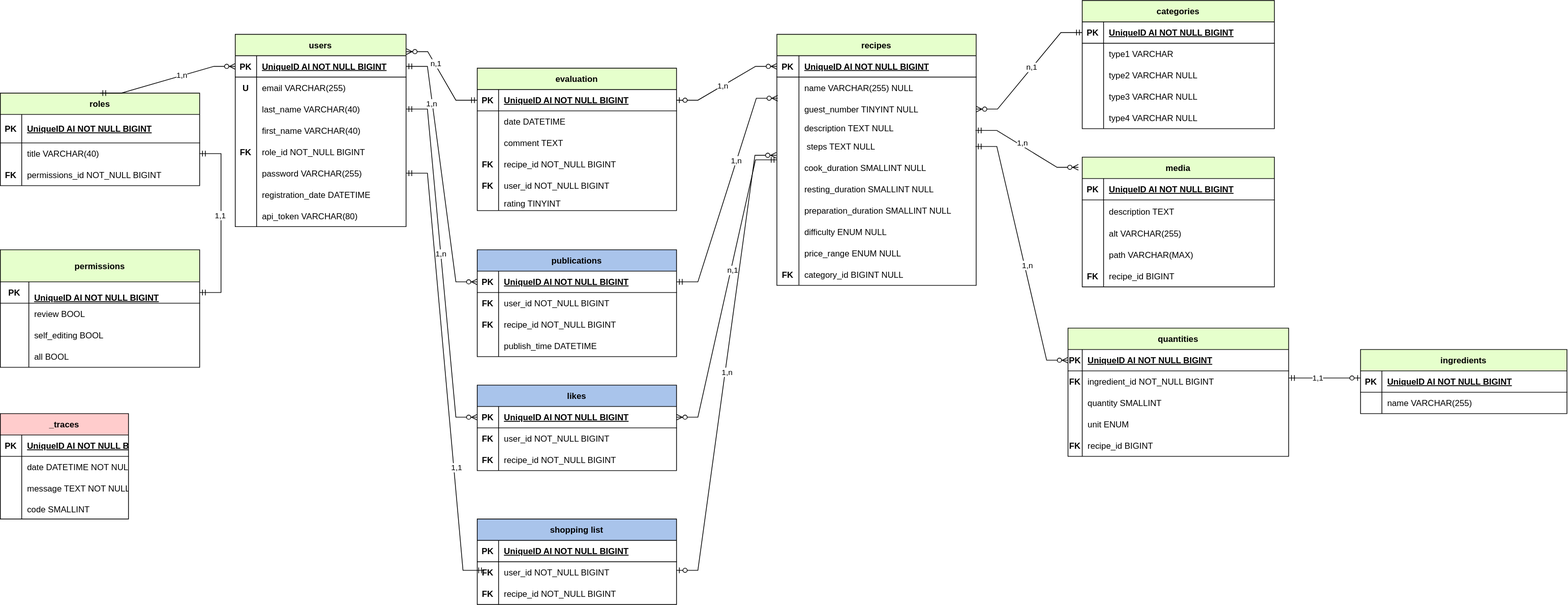
ClrGe/recesipes keeps this draw.io diagram as documentation/updatedèrelations_bdd.svg. Above is the earlier version. Source tidied: cells renumbered, new cells last; positions are measured from the earlier drawing's top-left corner, leaving out a move shared by most shapes.
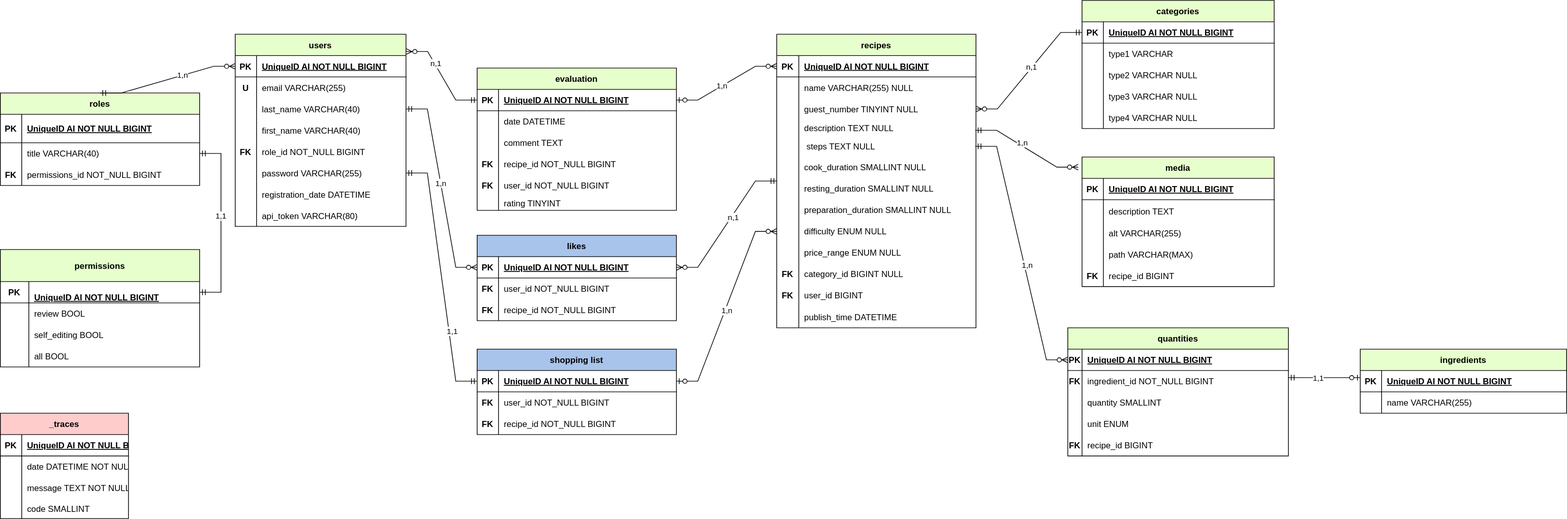
Above is the later version.

What changed in the source:
```diff
@@ -78,7 +78,7 @@
       <mxGeometry x="30" width="210" height="30" as="geometry" />
     </mxCell>
     <mxCell id="27" value="recipes" style="shape=table;startSize=30;rowLines=0;fontStyle=1;align=center;fillColor=#E6FFCC;" parent="1" vertex="1">
-      <mxGeometry x="1091" y="47.5" width="280" height="352.5" as="geometry" />
+      <mxGeometry x="1091" y="47.5" width="280" height="412.5" as="geometry" />
     </mxCell>
     <mxCell id="28" style="shape=tableRow;horizontal=0;startSize=0;swimlaneHead=0;swimlaneBody=0;fillColor=none;points=[[0,0.5],[1,0.5]];portConstraint=eastwest;top=0;left=0;right=0;bottom=1;" parent="27" vertex="1">
       <mxGeometry y="30" width="280" height="30" as="geometry" />
@@ -179,6 +179,24 @@
     <mxCell id="60" value="category_id BIGINT NULL" style="shape=partialRectangle;fillColor=none;top=0;left=0;bottom=0;right=0;align=left;spacingLeft=6;overflow=hidden;" parent="58" vertex="1">
       <mxGeometry x="31" width="249" height="30" as="geometry" />
     </mxCell>
+    <mxCell id="232" style="shape=tableRow;horizontal=0;startSize=0;swimlaneHead=0;swimlaneBody=0;fillColor=none;top=0;left=0;right=0;bottom=0;" parent="27" vertex="1">
+      <mxGeometry y="352" width="280" height="30" as="geometry" />
+    </mxCell>
+    <mxCell id="233" value="FK" style="shape=partialRectangle;fillColor=none;top=0;left=0;bottom=0;right=0;overflow=hidden;fontStyle=1;" parent="232" vertex="1">
+      <mxGeometry width="31" height="30" as="geometry" />
+    </mxCell>
+    <mxCell id="234" value="user_id BIGINT" style="shape=partialRectangle;fillColor=none;top=0;left=0;bottom=0;right=0;align=left;spacingLeft=6;overflow=hidden;" parent="232" vertex="1">
+      <mxGeometry x="31" width="249" height="30" as="geometry" />
+    </mxCell>
+    <mxCell id="235" style="shape=tableRow;horizontal=0;startSize=0;swimlaneHead=0;swimlaneBody=0;fillColor=none;top=0;left=0;right=0;bottom=0;" parent="27" vertex="1">
+      <mxGeometry y="382" width="280" height="30" as="geometry" />
+    </mxCell>
+    <mxCell id="236" style="shape=partialRectangle;fillColor=none;top=0;left=0;bottom=0;right=0;overflow=hidden;fontStyle=1;" parent="235" vertex="1">
+      <mxGeometry width="31" height="30" as="geometry" />
+    </mxCell>
+    <mxCell id="164" value="publish_time DATETIME" style="shape=partialRectangle;fillColor=none;top=0;left=0;bottom=0;right=0;align=left;spacingLeft=6;overflow=hidden;" parent="235" vertex="1">
+      <mxGeometry x="31" width="249" height="30" as="geometry" />
+    </mxCell>
     <mxCell id="61" value="categories" style="shape=table;startSize=30;rowLines=0;fontStyle=1;align=center;fillColor=#E6FFCC;" parent="1" vertex="1">
       <mxGeometry x="1520" width="270" height="180" as="geometry" />
     </mxCell>
@@ -354,7 +372,7 @@
       <mxGeometry x="30" width="250" height="20" as="geometry" />
     </mxCell>
     <mxCell id="119" value="likes" style="shape=table;startSize=30;rowLines=0;fontStyle=1;align=center;fillColor=#A9C4EB;" parent="1" vertex="1">
-      <mxGeometry x="670" y="540" width="280" height="120" as="geometry" />
+      <mxGeometry x="670" y="330" width="280" height="120" as="geometry" />
     </mxCell>
     <mxCell id="120" style="shape=tableRow;horizontal=0;startSize=0;swimlaneHead=0;swimlaneBody=0;fillColor=none;points=[[0,0.5],[1,0.5]];portConstraint=eastwest;top=0;left=0;right=0;bottom=1;" parent="119" vertex="1">
       <mxGeometry y="30" width="280" height="30" as="geometry" />
@@ -452,45 +470,6 @@
     <mxCell id="151" value="recipe_id BIGINT" style="shape=partialRectangle;fillColor=none;top=0;left=0;bottom=0;right=0;align=left;spacingLeft=6;overflow=hidden;" parent="149" vertex="1">
       <mxGeometry x="30" width="240" height="30" as="geometry" />
     </mxCell>
-    <mxCell id="152" value="publications" style="shape=table;startSize=30;rowLines=0;fontStyle=1;align=center;labelBackgroundColor=none;fillColor=#A9C4EB;" parent="1" vertex="1">
-      <mxGeometry x="670" y="350" width="280" height="150" as="geometry" />
-    </mxCell>
-    <mxCell id="153" style="shape=tableRow;horizontal=0;startSize=0;swimlaneHead=0;swimlaneBody=0;fillColor=none;points=[[0,0.5],[1,0.5]];portConstraint=eastwest;top=0;left=0;right=0;bottom=1;" parent="152" vertex="1">
-      <mxGeometry y="30" width="280" height="30" as="geometry" />
-    </mxCell>
-    <mxCell id="154" value="PK" style="shape=partialRectangle;fillColor=none;top=0;left=0;bottom=0;right=0;fontStyle=1;overflow=hidden;" parent="153" vertex="1">
-      <mxGeometry width="30" height="30" as="geometry" />
-    </mxCell>
-    <mxCell id="155" value="UniqueID AI NOT NULL BIGINT" style="shape=partialRectangle;fillColor=none;top=0;left=0;bottom=0;right=0;align=left;spacingLeft=6;fontStyle=5;overflow=hidden;" parent="153" vertex="1">
-      <mxGeometry x="30" width="250" height="30" as="geometry" />
-    </mxCell>
-    <mxCell id="156" style="shape=tableRow;horizontal=0;startSize=0;swimlaneHead=0;swimlaneBody=0;fillColor=none;top=0;left=0;right=0;bottom=0;" parent="152" vertex="1">
-      <mxGeometry y="60" width="280" height="30" as="geometry" />
-    </mxCell>
-    <mxCell id="157" value="FK" style="shape=partialRectangle;fillColor=none;top=0;left=0;bottom=0;right=0;overflow=hidden;fontStyle=1;" parent="156" vertex="1">
-      <mxGeometry width="30" height="30" as="geometry" />
-    </mxCell>
-    <mxCell id="158" value="user_id NOT_NULL BIGINT" style="shape=partialRectangle;fillColor=none;top=0;left=0;bottom=0;right=0;align=left;spacingLeft=6;overflow=hidden;" parent="156" vertex="1">
-      <mxGeometry x="30" width="250" height="30" as="geometry" />
-    </mxCell>
-    <mxCell id="159" style="shape=tableRow;horizontal=0;startSize=0;swimlaneHead=0;swimlaneBody=0;fillColor=none;top=0;left=0;right=0;bottom=0;" parent="152" vertex="1">
-      <mxGeometry y="90" width="280" height="30" as="geometry" />
-    </mxCell>
-    <mxCell id="160" value="FK" style="shape=partialRectangle;fillColor=none;top=0;left=0;bottom=0;right=0;overflow=hidden;fontStyle=1;" parent="159" vertex="1">
-      <mxGeometry width="30" height="30" as="geometry" />
-    </mxCell>
-    <mxCell id="161" value="recipe_id NOT_NULL BIGINT" style="shape=partialRectangle;fillColor=none;top=0;left=0;bottom=0;right=0;align=left;spacingLeft=6;overflow=hidden;" parent="159" vertex="1">
-      <mxGeometry x="30" width="250" height="30" as="geometry" />
-    </mxCell>
-    <mxCell id="162" style="shape=tableRow;horizontal=0;startSize=0;swimlaneHead=0;swimlaneBody=0;fillColor=none;top=0;left=0;right=0;bottom=0;" parent="152" vertex="1">
-      <mxGeometry y="120" width="280" height="30" as="geometry" />
-    </mxCell>
-    <mxCell id="163" style="shape=partialRectangle;fillColor=none;top=0;left=0;bottom=0;right=0;overflow=hidden;fontStyle=1;" parent="162" vertex="1">
-      <mxGeometry width="30" height="30" as="geometry" />
-    </mxCell>
-    <mxCell id="164" value="publish_time DATETIME" style="shape=partialRectangle;fillColor=none;top=0;left=0;bottom=0;right=0;align=left;spacingLeft=6;overflow=hidden;" parent="162" vertex="1">
-      <mxGeometry x="30" width="250" height="30" as="geometry" />
-    </mxCell>
     <mxCell id="165" value="_traces" style="shape=table;startSize=30;rowLines=0;fontStyle=1;align=center;fillColor=#FFCCCC;" parent="1" vertex="1">
       <mxGeometry y="580" width="180" height="148" as="geometry" />
     </mxCell>
@@ -604,18 +583,6 @@
     <mxCell id="201" value="n,1" style="edgeLabel;html=1;align=center;verticalAlign=middle;" parent="200" vertex="1">
       <mxGeometry x="-0.12" y="2" relative="1" as="geometry" />
     </mxCell>
-    <mxCell id="202" style="edgeStyle=entityRelationEdgeStyle;fontSize=12;html=1;endArrow=ERzeroToMany;startArrow=ERmandOne;rounded=0;exitX=1;exitY=0.5;exitDx=0;exitDy=0;entryX=0.004;entryY=-0.008;entryDx=0;entryDy=0;entryPerimeter=0;" parent="1" edge="1" source="153" target="34">
-      <mxGeometry relative="1" as="geometry" />
-    </mxCell>
-    <mxCell id="203" value="1,n" style="edgeLabel;html=1;align=center;verticalAlign=middle;" parent="202" vertex="1">
-      <mxGeometry x="0.26" y="1" relative="1" as="geometry" />
-    </mxCell>
-    <mxCell id="204" style="edgeStyle=entityRelationEdgeStyle;fontSize=12;html=1;endArrow=ERzeroToMany;startArrow=ERmandOne;rounded=0;exitX=1;exitY=0.5;exitDx=0;exitDy=0;entryX=0;entryY=0.5;entryDx=0;entryDy=0;" parent="1" edge="1" source="3" target="153">
-      <mxGeometry relative="1" as="geometry" />
-    </mxCell>
-    <mxCell id="205" value="1,n" style="edgeLabel;html=1;align=center;verticalAlign=middle;" parent="204" vertex="1">
-      <mxGeometry x="-0.55" y="-1" relative="1" as="geometry" />
-    </mxCell>
     <mxCell id="206" style="edgeStyle=entityRelationEdgeStyle;fontSize=12;html=1;endArrow=ERzeroToMany;startArrow=ERmandOne;rounded=0;exitX=0;exitY=0.5;exitDx=0;exitDy=0;entryX=1;entryY=0.5;entryDx=0;entryDy=0;" parent="1" edge="1" source="62" target="34">
       <mxGeometry relative="1" as="geometry" />
     </mxCell>
@@ -645,7 +612,7 @@
       </mxGeometry>
     </mxCell>
     <mxCell id="214" value="shopping list" style="shape=table;startSize=30;rowLines=0;fontStyle=1;align=center;fillColor=#A9C4EB;" parent="1" vertex="1">
-      <mxGeometry x="670" y="728" width="280" height="120" as="geometry" />
+      <mxGeometry x="670" y="490" width="280" height="120" as="geometry" />
     </mxCell>
     <mxCell id="215" style="shape=tableRow;horizontal=0;startSize=0;swimlaneHead=0;swimlaneBody=0;fillColor=none;points=[[0,0.5],[1,0.5]];portConstraint=eastwest;top=0;left=0;right=0;bottom=1;" parent="214" vertex="1">
       <mxGeometry y="30" width="280" height="30" as="geometry" />
@@ -674,18 +641,14 @@
     <mxCell id="223" value="recipe_id NOT_NULL BIGINT" style="shape=partialRectangle;fillColor=none;top=0;left=0;bottom=0;right=0;align=left;spacingLeft=6;overflow=hidden;" parent="221" vertex="1">
       <mxGeometry x="30" width="250" height="30" as="geometry" />
     </mxCell>
-    <mxCell id="224" style="edgeStyle=entityRelationEdgeStyle;fontSize=12;html=1;endArrow=ERzeroToMany;startArrow=ERzeroToOne;rounded=0;entryX=-0.003;entryY=-0.071;entryDx=0;entryDy=0;entryPerimeter=0;" parent="1" edge="1" target="43">
-      <mxGeometry relative="1" as="geometry">
-        <mxPoint x="950" y="800" as="sourcePoint" />
-      </mxGeometry>
+    <mxCell id="224" style="edgeStyle=entityRelationEdgeStyle;fontSize=12;html=1;endArrow=ERzeroToMany;startArrow=ERzeroToOne;rounded=0;entryX=0;entryY=0.5;entryDx=0;entryDy=0;exitX=1;exitY=0.5;exitDx=0;exitDy=0;" parent="1" edge="1" source="215" target="52">
+      <mxGeometry relative="1" as="geometry" />
     </mxCell>
     <mxCell id="225" value="&lt;div&gt;1,n&lt;/div&gt;" style="edgeLabel;html=1;align=center;verticalAlign=middle;" parent="224" vertex="1">
       <mxGeometry x="-0.04" y="-2" relative="1" as="geometry" />
     </mxCell>
-    <mxCell id="226" style="edgeStyle=entityRelationEdgeStyle;fontSize=12;html=1;endArrow=ERmandOne;startArrow=ERmandOne;rounded=0;exitX=1;exitY=0.5;exitDx=0;exitDy=0;" parent="1" edge="1" source="18">
-      <mxGeometry relative="1" as="geometry">
-        <mxPoint x="680" y="800" as="targetPoint" />
-      </mxGeometry>
+    <mxCell id="226" style="edgeStyle=entityRelationEdgeStyle;fontSize=12;html=1;endArrow=ERmandOne;startArrow=ERmandOne;rounded=0;exitX=1;exitY=0.5;exitDx=0;exitDy=0;entryX=0;entryY=0.5;entryDx=0;entryDy=0;" parent="1" edge="1" source="18" target="215">
+      <mxGeometry relative="1" as="geometry" />
     </mxCell>
     <mxCell id="227" value="&lt;div&gt;1,1&lt;/div&gt;" style="edgeLabel;html=1;align=center;verticalAlign=middle;" parent="226" vertex="1">
       <mxGeometry x="0.44" y="4" relative="1" as="geometry" />
```
